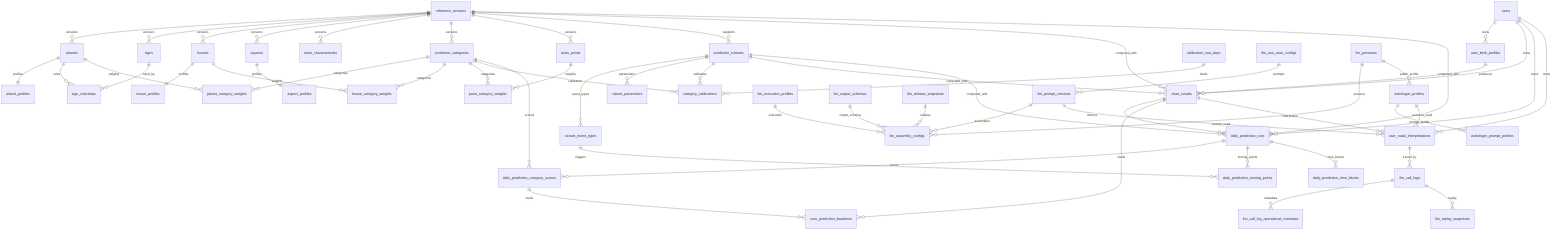
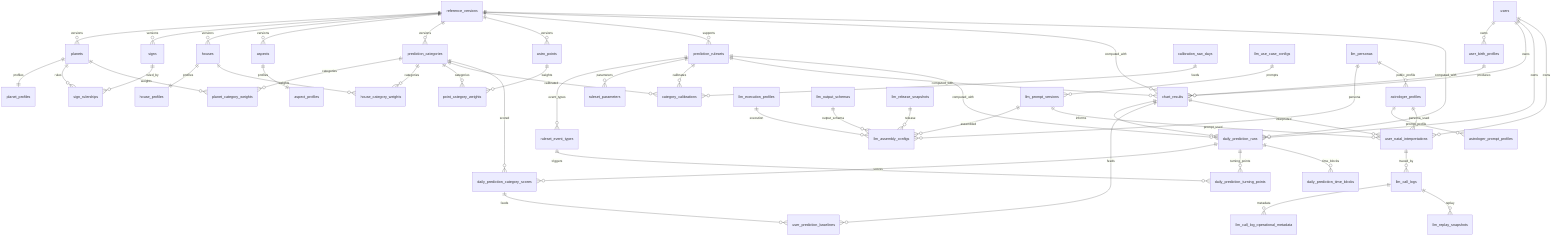
erDiagram
    reference_versions ||--o{ planets : versions
    reference_versions ||--o{ signs : versions
    reference_versions ||--o{ houses : versions
    reference_versions ||--o{ aspects : versions
-     reference_versions ||--o{ astro_characteristics : versions
    reference_versions ||--o{ prediction_categories : versions
    reference_versions ||--o{ astro_points : versions
    reference_versions ||--o{ prediction_rulesets : supports

    planets ||--|| planet_profiles : profiles
    houses ||--|| house_profiles : profiles
    aspects ||--|| aspect_profiles : profiles
    signs ||--o{ sign_rulerships : ruled_by
    planets ||--o{ sign_rulerships : rules

    planets ||--o{ planet_category_weights : weights
    houses ||--o{ house_category_weights : weights
    astro_points ||--o{ point_category_weights : weights
    prediction_categories ||--o{ planet_category_weights : categories
    prediction_categories ||--o{ house_category_weights : categories
    prediction_categories ||--o{ point_category_weights : categories

    prediction_rulesets ||--o{ ruleset_event_types : event_types
    prediction_rulesets ||--o{ ruleset_parameters : parameters
    prediction_rulesets ||--o{ category_calibrations : calibrates
    prediction_categories ||--o{ category_calibrations : calibrated

    users ||--o{ user_birth_profiles : owns
    user_birth_profiles ||--o{ chart_results : produces
    users ||--o{ chart_results : owns
    reference_versions ||--o{ chart_results : computed_with
    prediction_rulesets ||--o{ chart_results : computed_with

    users ||--o{ daily_prediction_runs : owns
    chart_results ||--o{ daily_prediction_runs : informs
    reference_versions ||--o{ daily_prediction_runs : computed_with
    prediction_rulesets ||--o{ daily_prediction_runs : computed_with
    daily_prediction_runs ||--o{ daily_prediction_category_scores : scores
    daily_prediction_runs ||--o{ daily_prediction_turning_points : turning_points
    daily_prediction_runs ||--o{ daily_prediction_time_blocks : time_blocks
    prediction_categories ||--o{ daily_prediction_category_scores : scored
    ruleset_event_types ||--o{ daily_prediction_turning_points : triggers

    calibration_raw_days ||--o{ category_calibrations : feeds
    daily_prediction_category_scores ||--o{ user_prediction_baselines : feeds
    chart_results ||--o{ user_prediction_baselines : feeds

    chart_results ||--o{ user_natal_interpretations : interpreted
    users ||--o{ user_natal_interpretations : owns
    llm_use_case_configs ||--o{ llm_prompt_versions : prompts
    llm_prompt_versions ||--o{ llm_assembly_configs : assembled
    llm_personas ||--o{ llm_assembly_configs : persona
    llm_execution_profiles ||--o{ llm_assembly_configs : execution
    llm_output_schemas ||--o{ llm_assembly_configs : output_schema
    llm_release_snapshots ||--o{ llm_assembly_configs : release
    llm_personas ||--o{ astrologer_profiles : public_profile
    astrologer_profiles ||--o{ astrologer_prompt_profiles : prompt_profile
    astrologer_profiles ||--o{ user_natal_interpretations : persona_used
    llm_prompt_versions ||--o{ user_natal_interpretations : prompt_used

    user_natal_interpretations ||--o{ llm_call_logs : traced_by
    llm_call_logs ||--o{ llm_call_log_operational_metadata : metadata
    llm_call_logs ||--o{ llm_replay_snapshots : replay
